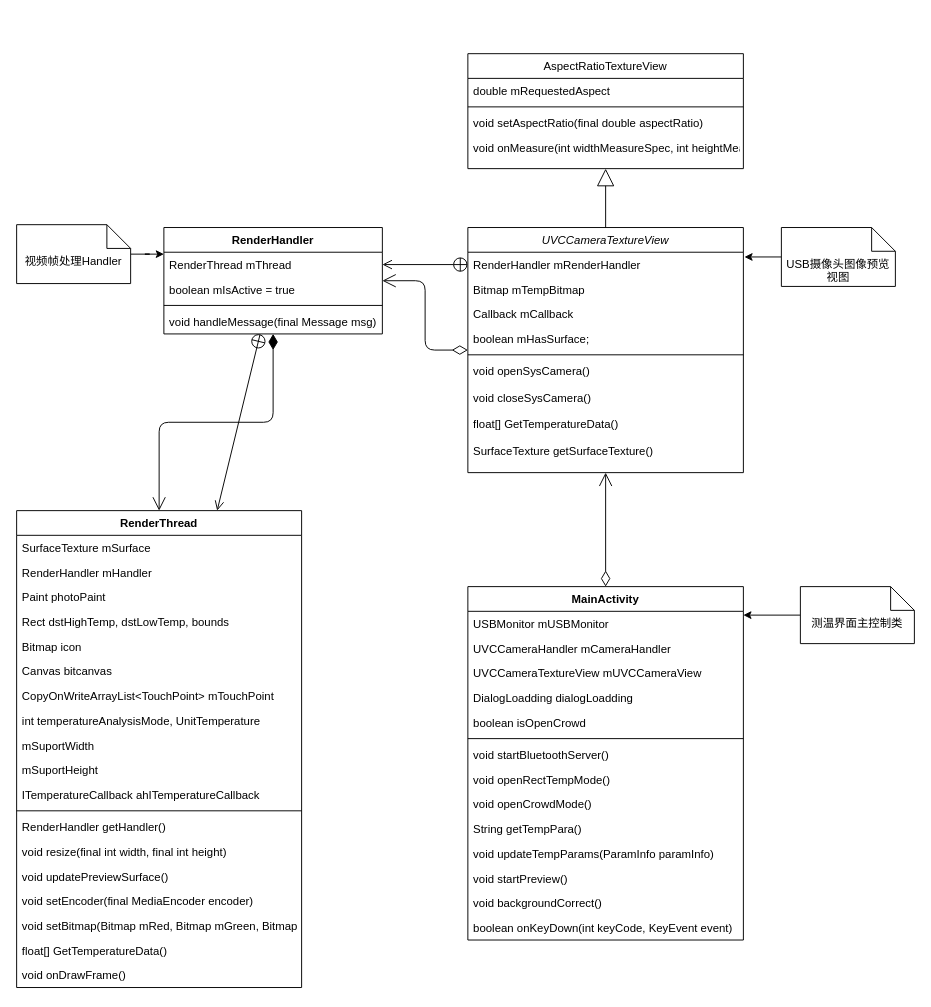
Above: 测温组件类图.drawio in ColonelDarcy2018/excelsior (draw.io), before the change. Source tidied: cells renumbered, new cells numbered last; positions are measured from the earlier drawing's top-left corner, leaving out a move shared by most shapes. Both pictures are drawn from the tidied source at 95%, with x=0, y=0 at pixel (16, 53).
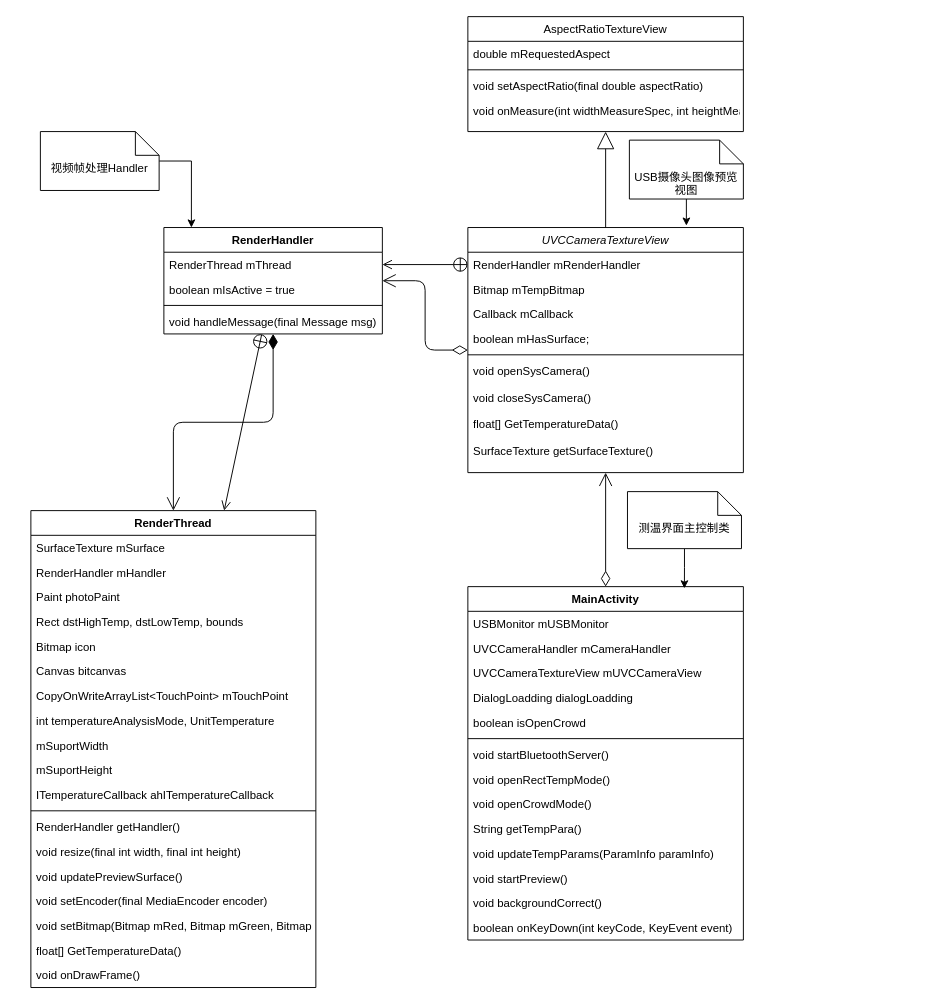
The same page after the edit.

Commit message:
Update 测温组件类图.drawio

Unchanged cells that the change refers to:
```xml
<mxCell id="3" value="RenderHandler mRenderHandler " style="text;align=left;verticalAlign=top;spacingLeft=4;spacingRight=4;overflow=hidden;points=[[0,0.5],[1,0.5]];portConstraint=eastwest;" parent="2" vertex="1">
  <mxGeometry y="26" width="290" height="26" as="geometry" />
</mxCell>
<mxCell id="18" value="RenderHandler" style="swimlane;fontStyle=1;align=center;verticalAlign=top;horizontal=1;startSize=26;rounded=0;sketch=0;" parent="1" vertex="1">
  <mxGeometry x="155" y="183" width="230" height="112" as="geometry" />
</mxCell>
<mxCell id="47" value="MainActivity" style="swimlane;fontStyle=1;align=center;verticalAlign=top;horizontal=1;startSize=26;" parent="1" vertex="1">
  <mxGeometry x="475" y="561" width="290" height="372" as="geometry" />
</mxCell>
<mxCell id="48" value="USBMonitor mUSBMonitor" style="text;strokeColor=none;fillColor=none;align=left;verticalAlign=top;spacingLeft=4;spacingRight=4;overflow=hidden;points=[[0,0.5],[1,0.5]];portConstraint=eastwest;" parent="47" vertex="1">
  <mxGeometry y="26" width="290" height="26" as="geometry" />
</mxCell>
```

Change to the diagram source:
```diff
@@
     <mxCell id="12" value="AspectRatioTextureView" style="swimlane;fontStyle=0;align=center;verticalAlign=top;horizontal=1;startSize=26;rounded=0;shadow=0;strokeWidth=1;" parent="1" vertex="1">
-      <mxGeometry x="475" width="290" height="121" as="geometry" />
+      <mxGeometry x="475" y="-39" width="290" height="121" as="geometry" />
     </mxCell>
@@
     <mxCell id="23" value="RenderThread" style="swimlane;fontStyle=1;align=center;verticalAlign=top;horizontal=1;startSize=26;rounded=0;sketch=0;" parent="1" vertex="1">
-      <mxGeometry y="481" width="300" height="502" as="geometry" />
+      <mxGeometry x="15" y="481" width="300" height="502" as="geometry" />
     </mxCell>
@@
-    <mxCell id="63" style="edgeStyle=orthogonalEdgeStyle;rounded=0;jettySize=auto;html=1;entryX=1;entryY=0.154;entryDx=0;entryDy=0;entryPerimeter=0;" parent="1" edge="1" source="64" target="48">
+    <mxCell id="63" style="edgeStyle=orthogonalEdgeStyle;rounded=0;jettySize=auto;html=1;entryX=0.786;entryY=0.005;entryDx=0;entryDy=0;entryPerimeter=0;" parent="1" edge="1" source="64" target="47">
       <mxGeometry relative="1" as="geometry" />
     </mxCell>
     <mxCell id="64" value="测温界面主控制类" style="shape=note2;boundedLbl=1;whiteSpace=wrap;html=1;size=25;verticalAlign=top;align=center;rounded=0;sketch=0;" parent="1" vertex="1">
-      <mxGeometry x="825" y="561" width="120" height="60" as="geometry" />
+      <mxGeometry x="643" y="461" width="120" height="60" as="geometry" />
     </mxCell>
-    <mxCell id="65" style="edgeStyle=orthogonalEdgeStyle;rounded=0;jettySize=auto;html=1;entryX=1.004;entryY=0.192;entryDx=0;entryDy=0;entryPerimeter=0;" parent="1" edge="1" source="66" target="3">
-      <mxGeometry relative="1" as="geometry" />
+    <mxCell id="65" style="edgeStyle=orthogonalEdgeStyle;rounded=0;jettySize=auto;html=1;" parent="1" edge="1" source="66">
+      <mxGeometry relative="1" as="geometry">
+        <mxPoint x="705" y="181" as="targetPoint" />
+      </mxGeometry>
     </mxCell>
     <mxCell id="66" value="USB摄像头图像预览视图" style="shape=note2;boundedLbl=1;whiteSpace=wrap;html=1;size=25;verticalAlign=top;align=center;rounded=0;sketch=0;" parent="1" vertex="1">
-      <mxGeometry x="805" y="183" width="120" height="62" as="geometry" />
+      <mxGeometry x="645" y="91" width="120" height="62" as="geometry" />
     </mxCell>
-    <mxCell id="67" style="edgeStyle=orthogonalEdgeStyle;rounded=0;jettySize=auto;html=1;entryX=0;entryY=0.25;entryDx=0;entryDy=0;" parent="1" edge="1" source="68" target="18">
+    <mxCell id="67" style="edgeStyle=orthogonalEdgeStyle;rounded=0;jettySize=auto;html=1;entryX=0.126;entryY=0;entryDx=0;entryDy=0;entryPerimeter=0;" parent="1" edge="1" source="68" target="18">
       <mxGeometry relative="1" as="geometry" />
     </mxCell>
     <mxCell id="68" value="视频帧处理Handler" style="shape=note2;boundedLbl=1;whiteSpace=wrap;html=1;size=25;verticalAlign=top;align=center;rounded=0;sketch=0;" parent="1" vertex="1">
-      <mxGeometry y="180" width="120" height="62" as="geometry" />
+      <mxGeometry x="25" y="82" width="125" height="62" as="geometry" />
     </mxCell>
```
